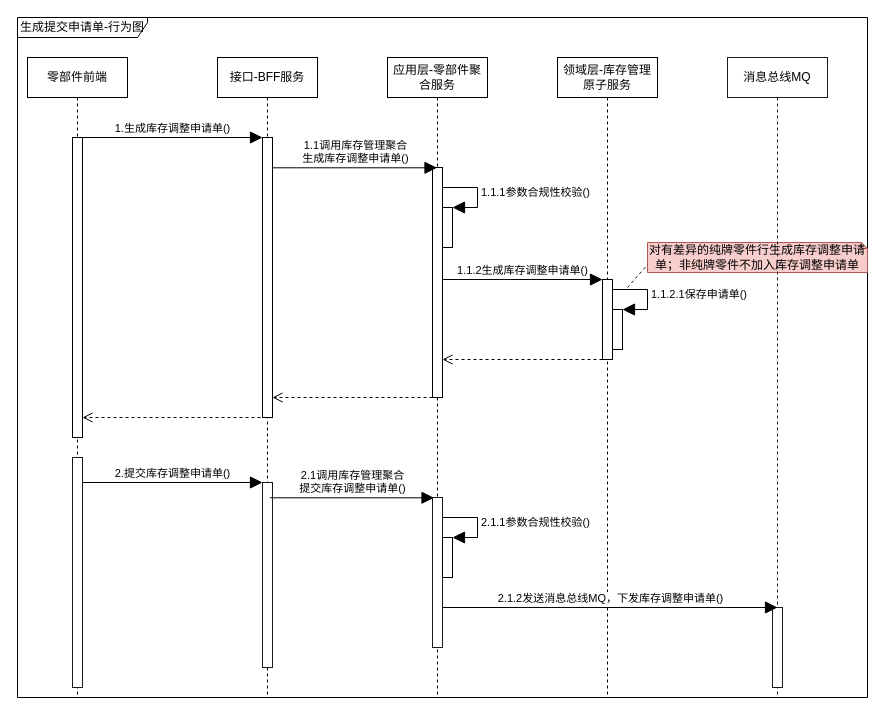
Above: page "生成申请单行为图" (6 of 8) of 库存管理-库存盘点.drawio in 1132489442/gitRepository1 (draw.io), before the change. Source tidied: cells renumbered, new cells numbered last; positions are measured from the earlier drawing's top-left corner, leaving out a move shared by most shapes. Both pictures are drawn from the tidied source at 100%, with x=0, y=0 at pixel (17, 17).
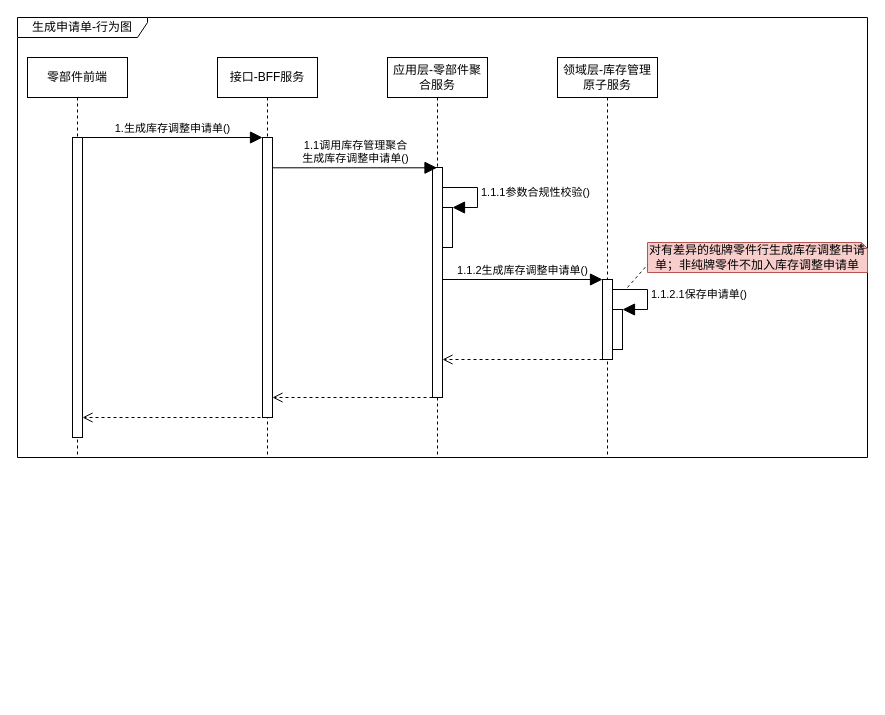
The same page after the edit.

The edit, as a diff of the source:
```diff
@@
     <mxCell id="2" value="零部件前端" style="shape=umlLifeline;perimeter=lifelinePerimeter;whiteSpace=wrap;html=1;fillColor=#FFFFFF;" parent="1" vertex="1">
-      <mxGeometry x="10" y="40" width="100" height="640" as="geometry" />
+      <mxGeometry x="10" y="40" width="100" height="400" as="geometry" />
     </mxCell>
@@
-    <mxCell id="4" style="html=1;perimeter=orthogonalPerimeter;strokeColor=#1A1A1A;fillColor=#FFFFFF;" parent="2" vertex="1">
-      <mxGeometry x="45" y="400" width="10" height="230" as="geometry" />
-    </mxCell>
     <mxCell id="5" value="接口-BFF服务" style="shape=umlLifeline;perimeter=lifelinePerimeter;whiteSpace=wrap;html=1;fillColor=#FFFFFF;" parent="1" vertex="1">
-      <mxGeometry x="200" y="40" width="100" height="640" as="geometry" />
+      <mxGeometry x="200" y="40" width="100" height="400" as="geometry" />
     </mxCell>
@@
-    <mxCell id="8" style="html=1;perimeter=orthogonalPerimeter;strokeColor=#1A1A1A;fillColor=#FFFFFF;" parent="5" vertex="1">
-      <mxGeometry x="45" y="425" width="10" height="185" as="geometry" />
-    </mxCell>
     <mxCell id="9" value="领域层-库存管理原子服务" style="shape=umlLifeline;perimeter=lifelinePerimeter;whiteSpace=wrap;html=1;fillColor=#FFFFFF;" parent="1" vertex="1">
-      <mxGeometry x="540" y="40" width="100" height="640" as="geometry" />
+      <mxGeometry x="540" y="40" width="100" height="400" as="geometry" />
     </mxCell>
@@
     <mxCell id="13" value="应用层-零部件聚合服务" style="shape=umlLifeline;perimeter=lifelinePerimeter;whiteSpace=wrap;html=1;fillColor=#FFFFFF;" parent="1" vertex="1">
-      <mxGeometry x="370" y="40" width="100" height="640" as="geometry" />
+      <mxGeometry x="370" y="40" width="100" height="400" as="geometry" />
     </mxCell>
@@
-    <mxCell id="17" style="html=1;perimeter=orthogonalPerimeter;strokeColor=#1A1A1A;fillColor=#FFFFFF;" parent="13" vertex="1">
-      <mxGeometry x="45" y="440" width="10" height="150" as="geometry" />
-    </mxCell>
@@
-    <mxCell id="22" value="生成提交申请单-行为图" style="shape=umlFrame;whiteSpace=wrap;html=1;fillColor=#FFFFFF;width=130;height=20;" parent="1" vertex="1">
-      <mxGeometry width="850" height="680" as="geometry" />
+    <mxCell id="22" value="生成申请单-行为图" style="shape=umlFrame;whiteSpace=wrap;html=1;fillColor=#FFFFFF;width=130;height=20;" parent="1" vertex="1">
+      <mxGeometry width="850" height="440" as="geometry" />
     </mxCell>
@@
-    <mxCell id="26" value="消息总线MQ" style="shape=umlLifeline;perimeter=lifelinePerimeter;whiteSpace=wrap;html=1;strokeColor=#1A1A1A;fillColor=#FFFFFF;" parent="1" vertex="1">
-      <mxGeometry x="710" y="40" width="100" height="640" as="geometry" />
-    </mxCell>
-    <mxCell id="27" style="html=1;points=[];perimeter=orthogonalPerimeter;strokeColor=#1A1A1A;fillColor=#FFFFFF;" parent="26" vertex="1">
-      <mxGeometry x="45" y="550" width="10" height="80" as="geometry" />
-    </mxCell>
-    <mxCell id="28" value="2.提交库存调整申请单()" style="html=1;verticalAlign=bottom;endArrow=block;rounded=0;endSize=10;" parent="1" edge="1">
-      <mxGeometry relative="1" as="geometry">
-        <mxPoint x="65.1" y="465" as="sourcePoint" />
-        <mxPoint x="245" y="465" as="targetPoint" />
-      </mxGeometry>
-    </mxCell>
-    <mxCell id="29" value="2.1调用库存管理聚合&lt;br&gt;提交库存调整申请单()" style="html=1;verticalAlign=bottom;endArrow=block;rounded=0;endSize=10;exitX=1.046;exitY=0.087;exitDx=0;exitDy=0;exitPerimeter=0;" parent="1" edge="1">
-      <mxGeometry relative="1" as="geometry">
-        <mxPoint x="252.5" y="480.3" as="sourcePoint" />
-        <mxPoint x="416.5" y="480.3" as="targetPoint" />
-      </mxGeometry>
-    </mxCell>
-    <mxCell id="30" style="html=1;points=[];perimeter=orthogonalPerimeter;fillColor=#FFFFFF;" parent="1" vertex="1">
-      <mxGeometry x="425" y="520" width="10" height="40" as="geometry" />
-    </mxCell>
-    <mxCell id="31" value="2.1.1参数合规性校验()" style="edgeStyle=orthogonalEdgeStyle;html=1;align=left;spacingLeft=2;endArrow=block;rounded=0;entryX=1;entryY=0;endSize=10;" parent="1" edge="1" target="30">
-      <mxGeometry relative="1" as="geometry">
-        <mxPoint x="425" y="500" as="sourcePoint" />
-        <Array as="points">
-          <mxPoint x="460" y="500" />
-          <mxPoint x="460" y="520" />
-        </Array>
-      </mxGeometry>
-    </mxCell>
-    <mxCell id="32" value="2.1.2发送消息总线MQ，下发库存调整申请单()" style="html=1;verticalAlign=bottom;endArrow=block;rounded=0;endSize=10;entryX=0.5;entryY=0;entryDx=0;entryDy=0;entryPerimeter=0;" parent="1" edge="1" target="27">
-      <mxGeometry relative="1" as="geometry">
-        <mxPoint x="425" y="590" as="sourcePoint" />
-      </mxGeometry>
-    </mxCell>
```
